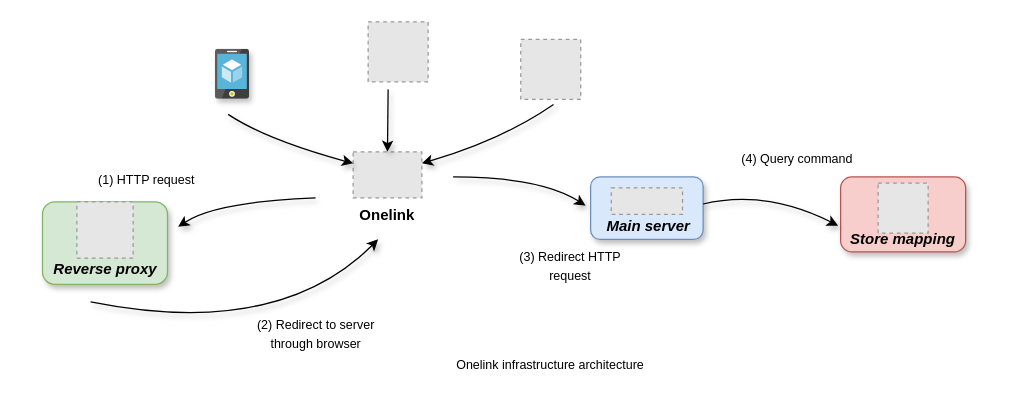
The draw.io diagram docs/architecture.drawio in thuongtruong109/nolink, before the edit. Source tidied: cells renumbered, new cells numbered last; positions are measured from the earlier drawing's top-left corner, leaving out a move shared by most shapes. Both pictures are drawn from the tidied source at 125%, with x=0, y=0 at pixel (26, 21). Pictures stored in the file or linked from it are replaced by grey dashed boxes.
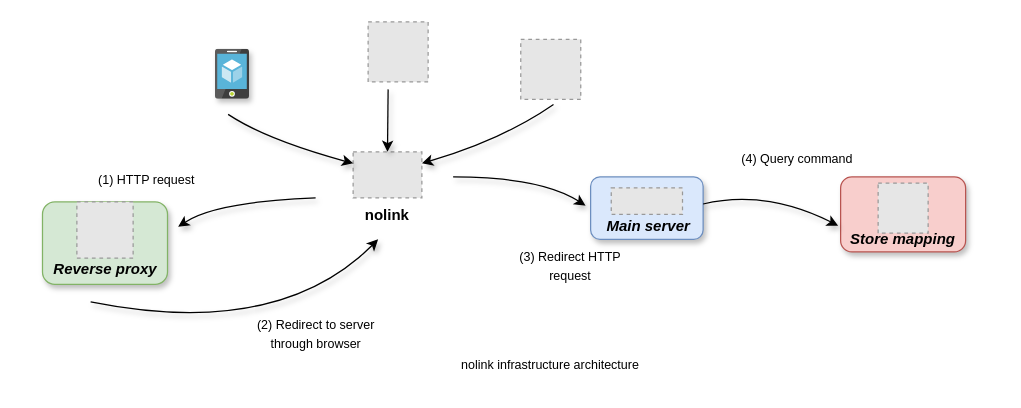
After the change.

Unchanged cells that the change refers to:
```xml
<mxCell id="2" style="swimlane;startSize=0;rounded=0;dashed=1;swimlaneLine=1;gradientColor=none;strokeColor=none;fillColor=none;shadow=1;" parent="1" vertex="1">
  <mxGeometry x="111" y="104" width="240" height="80" as="geometry" />
</mxCell>
```

The edit, as a diff of the source:
```diff
@@
-    <mxCell id="3" value="Onelink" style="fillColor=#E6E6E6;strokeColor=#999999;dashed=1;verticalLabelPosition=bottom;labelBackgroundColor=default;verticalAlign=top;fontStyle=1;" parent="2" vertex="1">
+    <mxCell id="3" value="nolink" style="fillColor=#E6E6E6;strokeColor=#999999;dashed=1;verticalLabelPosition=bottom;labelBackgroundColor=default;verticalAlign=top;fontStyle=1;" parent="2" vertex="1">
       <mxGeometry x="150" width="55" height="36.8" as="geometry" />
     </mxCell>
@@
-    <mxCell id="21" value="&lt;font style=&quot;font-size: 10px;&quot;&gt;Onelink infrastructure architecture&lt;/font&gt;" style="text;html=1;strokeColor=none;fillColor=none;align=center;verticalAlign=middle;whiteSpace=wrap;rounded=0;shadow=1;" parent="1" vertex="1">
+    <mxCell id="21" value="&lt;font style=&quot;font-size: 10px;&quot;&gt;nolink infrastructure architecture&lt;/font&gt;" style="text;html=1;strokeColor=none;fillColor=none;align=center;verticalAlign=middle;whiteSpace=wrap;rounded=0;shadow=1;" parent="1" vertex="1">
       <mxGeometry x="321" y="264" width="196.2" height="20" as="geometry" />
     </mxCell>
```
